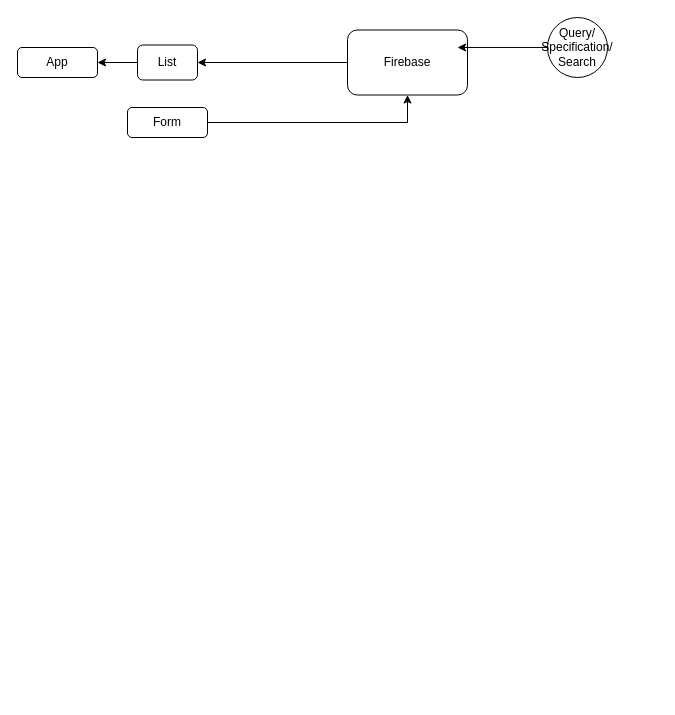
Above: Untitled Diagram.drawio in hsmyc/hsmyc (draw.io), before the change. Source tidied: cells renumbered, new cells numbered last; positions are measured from the earlier drawing's top-left corner, leaving out a move shared by most shapes. Both pictures are drawn from the tidied source at 100%, with x=0, y=0 at pixel (17, 17).
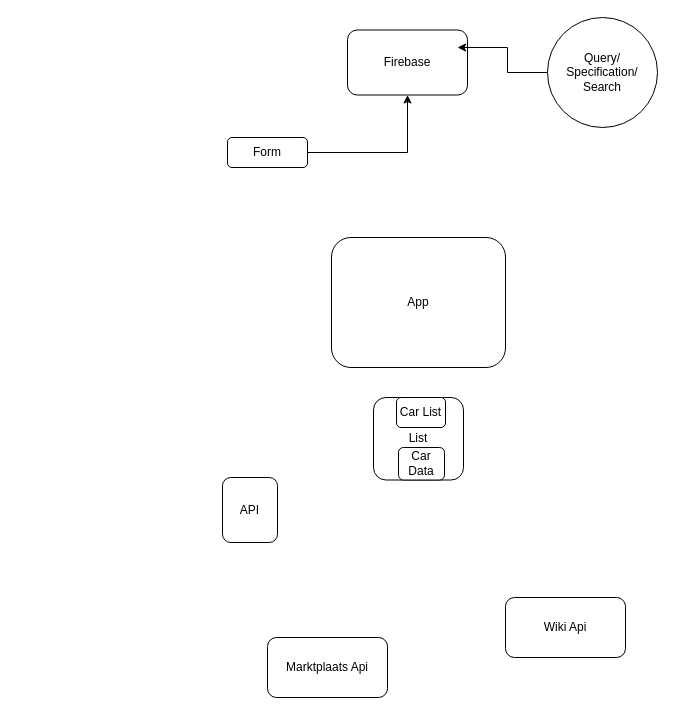
Above is the later version.

Commit message:
Car Data

Diff of the diagram source:
```diff
@@
 <mxGraphModel>
   <root>
     <mxCell id="0" />
     <mxCell id="1" parent="0" />
     <mxCell id="2" value="App" style="rounded=1;whiteSpace=wrap;html=1;" parent="1" vertex="1">
-      <mxGeometry y="30" width="80" height="30" as="geometry" />
+      <mxGeometry x="314" y="220" width="174" height="130" as="geometry" />
     </mxCell>
-    <mxCell id="3" style="edgeStyle=orthogonalEdgeStyle;rounded=0;jettySize=auto;html=1;exitX=0;exitY=0.5;exitDx=0;exitDy=0;entryX=1;entryY=0.5;entryDx=0;entryDy=0;" parent="1" edge="1" source="4" target="2">
-      <mxGeometry relative="1" as="geometry" />
-    </mxCell>
     <mxCell id="4" value="List" style="rounded=1;whiteSpace=wrap;html=1;" parent="1" vertex="1">
-      <mxGeometry x="120" y="27.5" width="60" height="35" as="geometry" />
+      <mxGeometry x="356" y="380" width="90" height="82.5" as="geometry" />
     </mxCell>
     <mxCell id="5" style="edgeStyle=orthogonalEdgeStyle;rounded=0;jettySize=auto;html=1;exitX=1;exitY=0.5;exitDx=0;exitDy=0;entryX=0.5;entryY=1;entryDx=0;entryDy=0;" parent="1" edge="1" source="6" target="8">
       <mxGeometry relative="1" as="geometry" />
     </mxCell>
     <mxCell id="6" value="Form" style="rounded=1;whiteSpace=wrap;html=1;" parent="1" vertex="1">
-      <mxGeometry x="110" y="90" width="80" height="30" as="geometry" />
+      <mxGeometry x="210" y="120" width="80" height="30" as="geometry" />
     </mxCell>
-    <mxCell id="7" style="edgeStyle=orthogonalEdgeStyle;rounded=0;jettySize=auto;html=1;exitX=0;exitY=0.5;exitDx=0;exitDy=0;entryX=1;entryY=0.5;entryDx=0;entryDy=0;" parent="1" edge="1" source="8" target="4">
-      <mxGeometry relative="1" as="geometry" />
-    </mxCell>
     <mxCell id="8" value="Firebase" style="rounded=1;whiteSpace=wrap;html=1;" parent="1" vertex="1">
       <mxGeometry x="330" y="12.5" width="120" height="65" as="geometry" />
     </mxCell>
     <mxCell id="9" style="edgeStyle=orthogonalEdgeStyle;rounded=0;jettySize=auto;html=1;entryX=0.917;entryY=0.269;entryDx=0;entryDy=0;entryPerimeter=0;" parent="1" edge="1" source="10" target="8">
       <mxGeometry relative="1" as="geometry" />
     </mxCell>
     <mxCell id="10" value="Query/&lt;br&gt;Specification/&lt;br&gt;Search" style="ellipse;whiteSpace=wrap;html=1;" parent="1" vertex="1">
-      <mxGeometry x="530" width="60" height="60" as="geometry" />
+      <mxGeometry x="530" width="110" height="110" as="geometry" />
     </mxCell>
+    <mxCell id="11" value="Marktplaats Api" style="rounded=1;whiteSpace=wrap;html=1;" parent="1" vertex="1">
+      <mxGeometry x="250" y="620" width="120" height="60" as="geometry" />
+    </mxCell>
+    <mxCell id="12" value="Wiki Api" style="rounded=1;whiteSpace=wrap;html=1;" parent="1" vertex="1">
+      <mxGeometry x="488" y="580" width="120" height="60" as="geometry" />
+    </mxCell>
+    <mxCell id="13" value="API" style="rounded=1;whiteSpace=wrap;html=1;" parent="1" vertex="1">
+      <mxGeometry x="205" y="460" width="55" height="65" as="geometry" />
+    </mxCell>
+    <mxCell id="14" value="Car List" style="rounded=1;whiteSpace=wrap;html=1;" parent="1" vertex="1">
+      <mxGeometry x="379" y="380" width="49" height="30" as="geometry" />
+    </mxCell>
+    <mxCell id="15" value="Car Data" style="rounded=1;whiteSpace=wrap;html=1;" parent="1" vertex="1">
+      <mxGeometry x="381" y="430" width="46" height="32.5" as="geometry" />
+    </mxCell>
   </root>
 </mxGraphModel>
```
